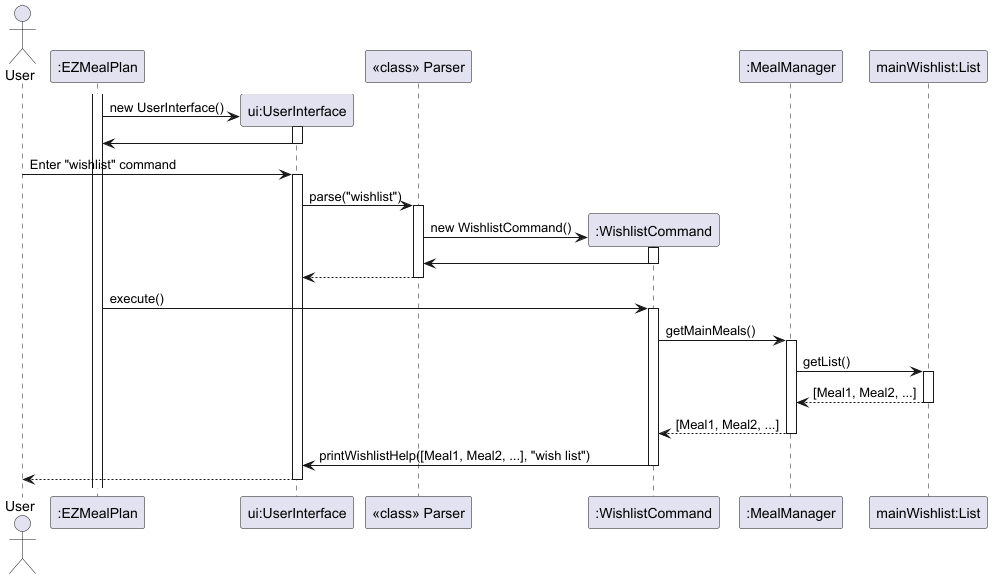
wentuoc/tp keeps this PlantUML diagram as docs/diagrams/WishlistCommand.png. Above is the earlier version.
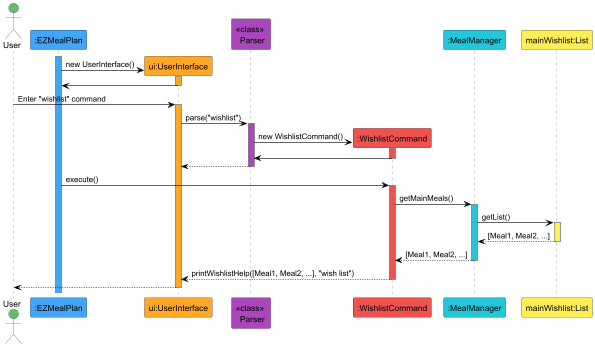
The same diagram one commit later.

Change to the diagram source:
```diff
@@ -1,28 +1,34 @@
 @startuml
+skinparam actorBackgroundColor #66BB6A
+skinparam actorBorderColor #1B5E20
+
 actor User
-participant ":EZMealPlan" as EZ
-participant "ui:UserInterface" as UI
-participant "<<class>> Parser" as Parser
-participant ":WishlistCommand" as LC
-participant ":MealManager" as MM
-participant "mainWishlist:List" as ML
+participant ":EZMealPlan" as EZ #42A5F5
+participant "ui:UserInterface" as UI #FFA726
+participant "<<class>> \n Parser" as Parser #AB47BC
+participant ":WishlistCommand" as LC #EF5350
+participant ":MealManager" as MM #26C6DA
+participant "mainWishlist:List" as ML #FFEE58
 
-activate EZ
+skinparam sequenceLifeLineBorderColor gray
+skinparam sequenceArrowColor black
+
+activate EZ #42A5F5
 create UI
 EZ -> UI: new UserInterface()
-activate UI
+activate UI #FFA726
 UI -> EZ
 deactivate UI
 
 User -> UI: Enter "wishlist" command
-activate UI
+activate UI #FFA726
 
 UI -> Parser: parse("wishlist")
-activate Parser
+activate Parser #AB47BC
 
 create LC
 Parser -> LC: new WishlistCommand()
-activate LC
+activate LC #EF5350
 
 LC -> Parser
 deactivate LC
@@ -31,13 +37,13 @@
 deactivate Parser
 
 EZ -> LC: execute()
-activate LC
+activate LC #EF5350
 
 LC -> MM: getMainMeals()
-activate MM
+activate MM #26C6DA
 
 MM -> ML: getList()
-activate ML
+activate ML #FFEE58
 
 ML --> MM: [Meal1, Meal2, ...]
 deactivate ML
@@ -45,7 +51,7 @@
 MM --> LC: [Meal1, Meal2, ...]
 deactivate MM
 
-LC -> UI: printWishlistHelp([Meal1, Meal2, ...], "wish list")
+LC --> UI: printWishlistHelp([Meal1, Meal2, ...], "wish list")
 deactivate LC
 
 UI --> User:
```
